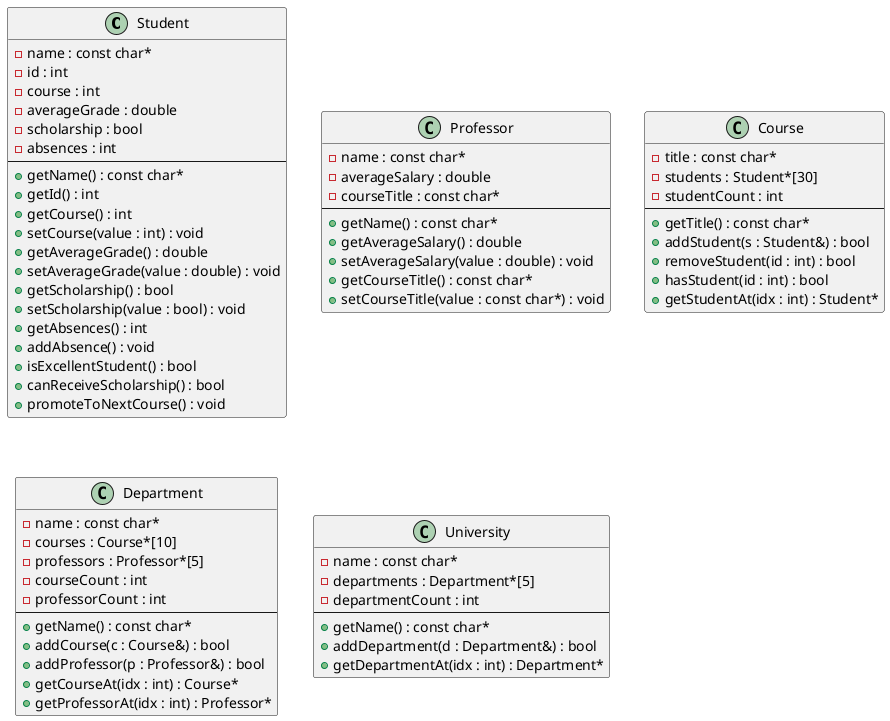
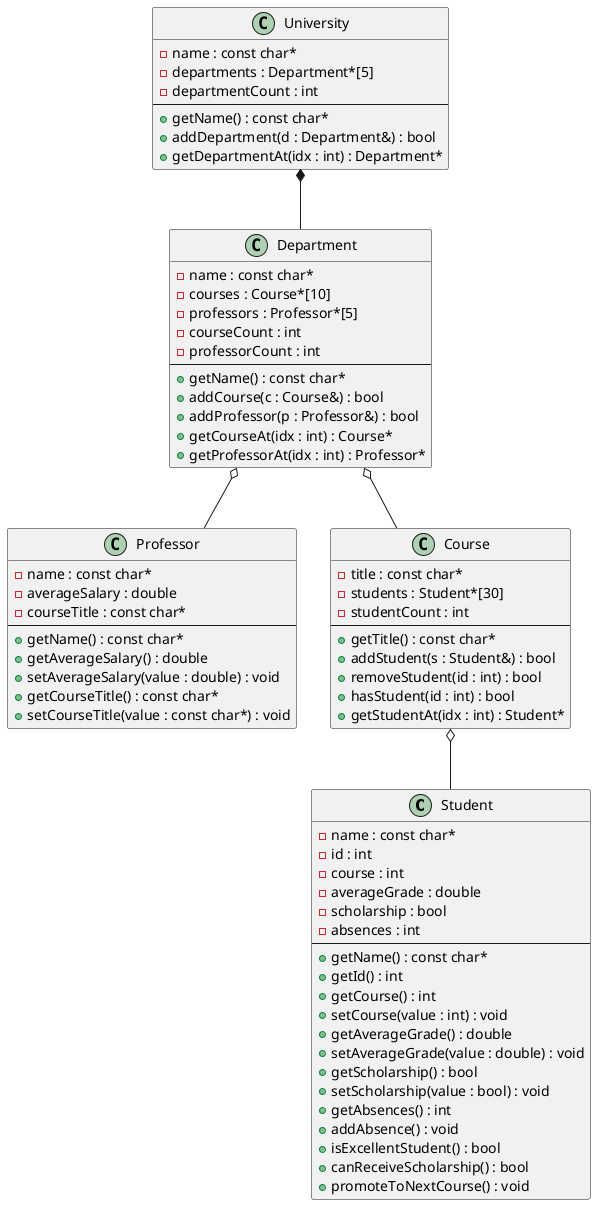
@startuml University_System_Diagram

class Student {
    - name : const char*
    - id : int
    - course : int
    - averageGrade : double
    - scholarship : bool
    - absences : int
    --
    + getName() : const char*
    + getId() : int
    + getCourse() : int
    + setCourse(value : int) : void
    + getAverageGrade() : double
    + setAverageGrade(value : double) : void
    + getScholarship() : bool
    + setScholarship(value : bool) : void
    + getAbsences() : int
    + addAbsence() : void
    + isExcellentStudent() : bool
    + canReceiveScholarship() : bool
    + promoteToNextCourse() : void
}

class Professor {
    - name : const char*
    - averageSalary : double
    - courseTitle : const char*
    --
    + getName() : const char*
    + getAverageSalary() : double
    + setAverageSalary(value : double) : void
    + getCourseTitle() : const char*
    + setCourseTitle(value : const char*) : void
}

class Course {
    - title : const char*
    - students : Student*[30]
    - studentCount : int
    --
    + getTitle() : const char*
    + addStudent(s : Student&) : bool
    + removeStudent(id : int) : bool
    + hasStudent(id : int) : bool
    + getStudentAt(idx : int) : Student*
}

class Department {
    - name : const char*
    - courses : Course*[10]
    - professors : Professor*[5]
    - courseCount : int
    - professorCount : int
    --
    + getName() : const char*
    + addCourse(c : Course&) : bool
    + addProfessor(p : Professor&) : bool
    + getCourseAt(idx : int) : Course*
    + getProfessorAt(idx : int) : Professor*
}

class University {
    - name : const char*
    - departments : Department*[5]
    - departmentCount : int
    --
    + getName() : const char*
    + addDepartment(d : Department&) : bool
    + getDepartmentAt(idx : int) : Department*
}

+ University *-- Department
+ Department o-- Professor
+ Department o-- Course
+ Course o-- Student
+ 
@enduml